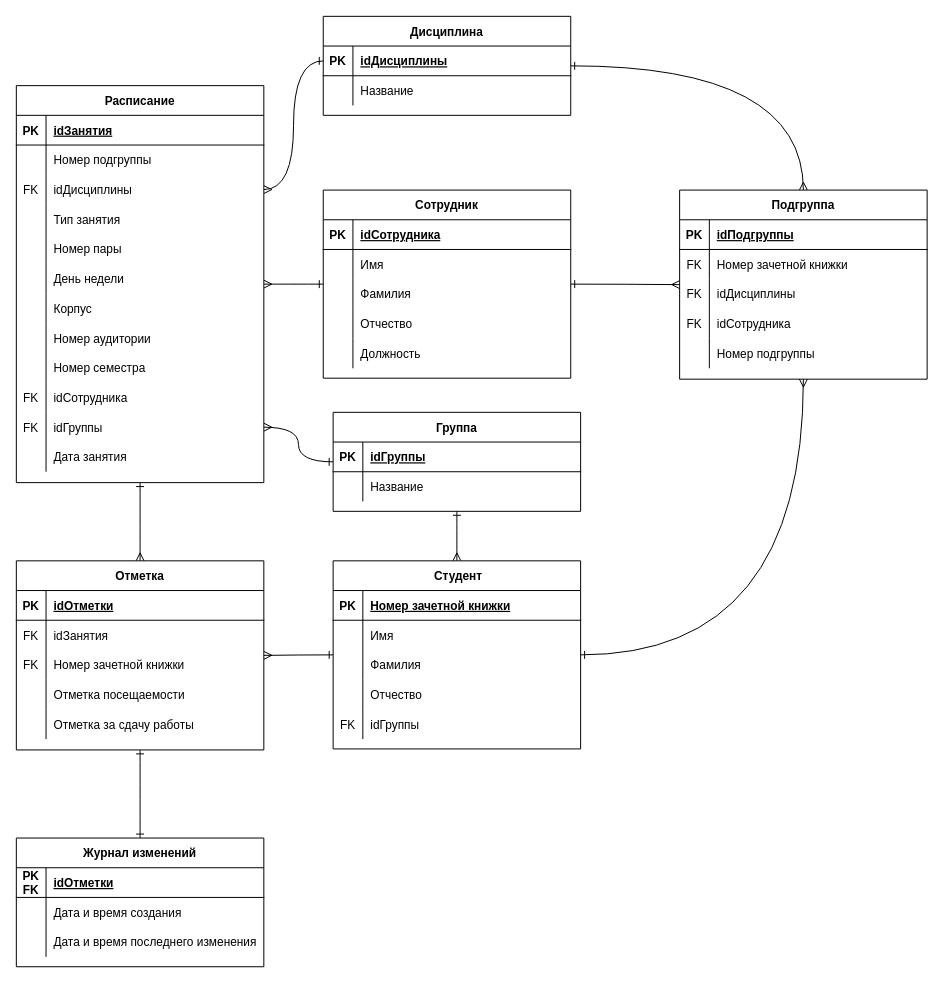
Earlier version of the draw.io diagram page "ER" (1 of 2) of ВКР/drawio/Спецификации.drawio (kuskas112/Labs). Source tidied: cells renumbered, new cells numbered last; positions are measured from the earlier drawing's top-left corner, leaving out a move shared by most shapes. Both pictures are drawn from the tidied source at 99%, with x=0, y=0 at pixel (16, 16).
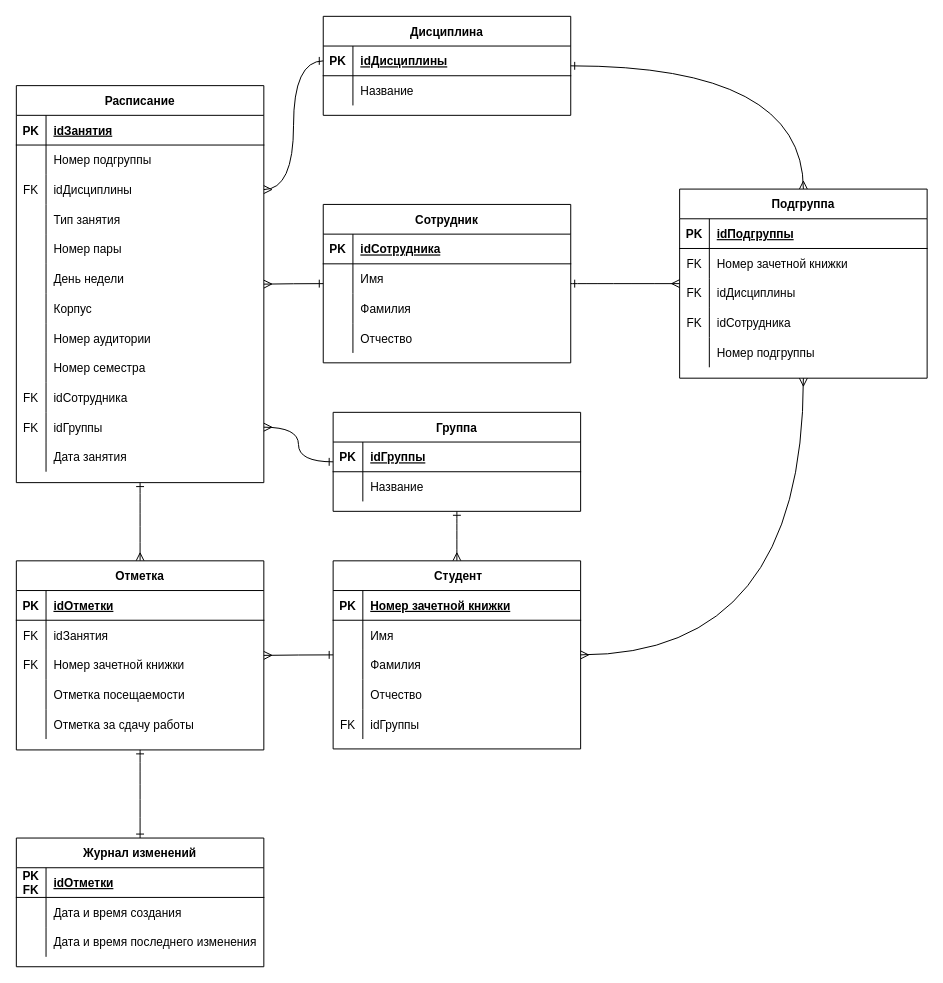
The same diagram, later.

The change refers to these unchanged cells:
```xml
<mxCell id="95" value=" Студент" style="shape=table;startSize=30;childLayout=tableLayout;rowLines=0;fontStyle=1;align=center;" parent="1" vertex="1">
  <mxGeometry x="320" y="550" width="250" height="190" as="geometry" />
</mxCell>
```

The edit, as a diff of the source:
```diff
@@
     <mxCell id="4" value="Сотрудник" style="shape=table;startSize=30;childLayout=tableLayout;rowLines=0;fontStyle=1;align=center;" parent="1" vertex="1">
-      <mxGeometry x="310" y="175.5" width="250" height="190" as="geometry" />
+      <mxGeometry x="310" y="190" width="250" height="160" as="geometry" />
     </mxCell>
@@
-    <mxCell id="17" style="shape=partialRectangle;fillColor=none;top=0;left=0;right=0;bottom=0;" parent="4" vertex="1">
-      <mxGeometry y="150" width="250" height="30" as="geometry" />
-    </mxCell>
-    <mxCell id="18" style="shape=partialRectangle;overflow=hidden;fillColor=none;top=0;left=0;bottom=0;right=0;" parent="17" vertex="1">
-      <mxGeometry width="30" height="30" as="geometry" />
-    </mxCell>
-    <mxCell id="19" value="Должность" style="shape=partialRectangle;overflow=hidden;fillColor=none;top=0;left=0;bottom=0;right=0;align=left;spacingLeft=6;" parent="17" vertex="1">
-      <mxGeometry x="30" width="220" height="30" as="geometry" />
-    </mxCell>
@@
-    <mxCell id="94" style="edgeStyle=orthogonalEdgeStyle;curved=1;rounded=0;jettySize=auto;html=1;strokeColor=default;align=center;verticalAlign=middle;fontFamily=Helvetica;fontSize=11;fontColor=default;labelBackgroundColor=default;startArrow=ERone;startFill=0;endArrow=ERmany;endFill=0;" parent="1" edge="1" source="95" target="121">
+    <mxCell id="94" style="edgeStyle=orthogonalEdgeStyle;curved=1;rounded=0;jettySize=auto;html=1;strokeColor=default;align=center;verticalAlign=middle;fontFamily=Helvetica;fontSize=11;fontColor=default;labelBackgroundColor=default;startArrow=ERmany;startFill=0;endArrow=ERmany;endFill=0;" parent="1" edge="1" source="95" target="121">
       <mxGeometry relative="1" as="geometry" />
     </mxCell>
@@
     <mxCell id="121" value="Подгруппа" style="shape=table;startSize=30;childLayout=tableLayout;rowLines=0;fontStyle=1;align=center;" parent="1" vertex="1">
-      <mxGeometry x="670" y="175.5" width="250" height="191" as="geometry" />
+      <mxGeometry x="670" y="174.5" width="250" height="191" as="geometry" />
     </mxCell>
```
